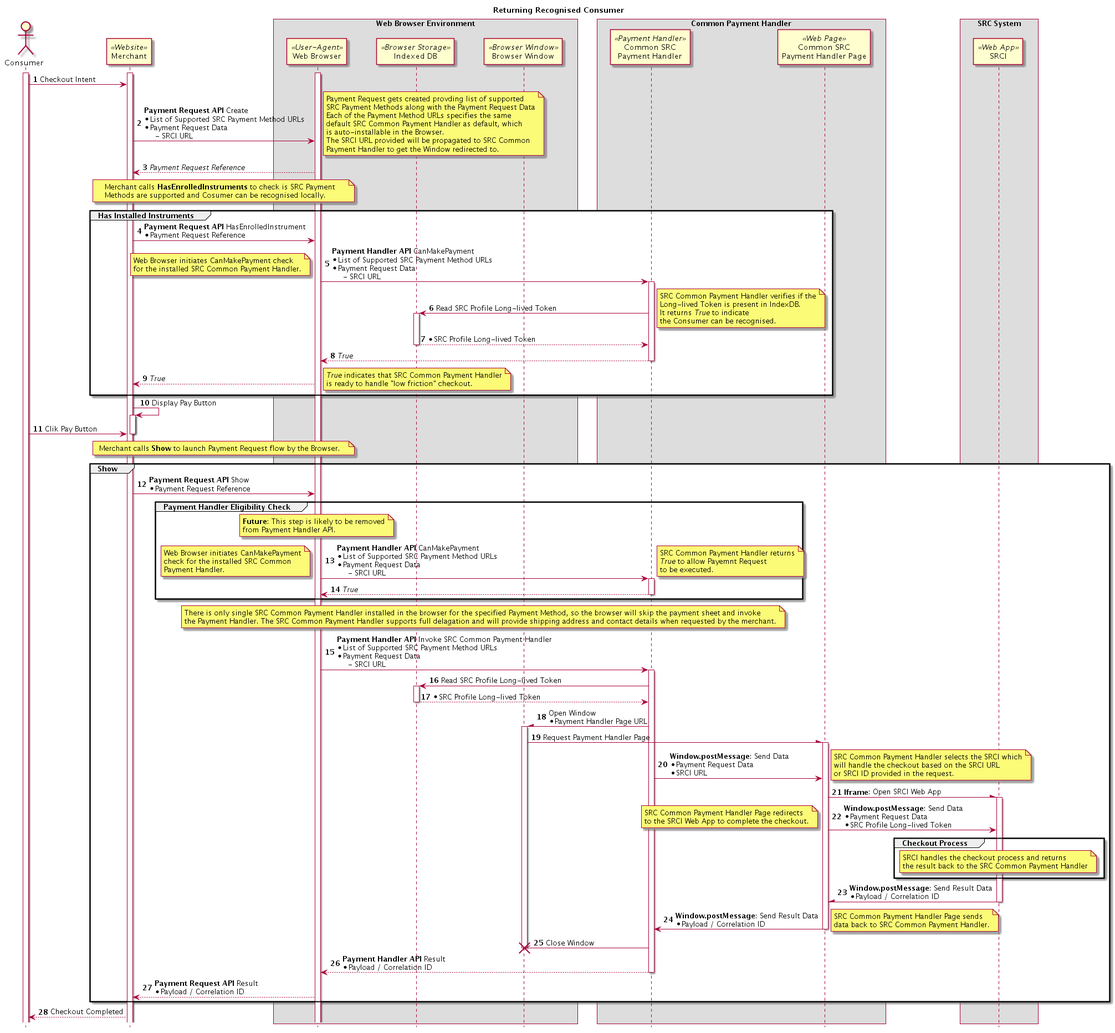
Before: alt-ret-rec.png, a diagram exported from PlantUML (w3c/src). Its diagram source:
```plantuml
@startuml
autonumber
hide footbox
skinparam ParticipantPadding 20
skinparam BoxPadding 10
title Returning Recognised Consumer
actor Consumer as Consumer
participant Merchant as Merchant <<Website>>
box "Web Browser Environment"
participant "Web Browser" as Browser <<User-Agent>>
participant "Indexed DB" as DB <<Browser Storage>>
participant "Browser Window" as Window <<Browser Window>>
end box
box "Common Payment Handler"
participant "Common SRC\nPayment Handler" as PH <<Payment Handler>>
participant "Common SRC\nPayment Handler Page" as Page <<Web Page>>
end box
box "SRC System"
participant "SRCI" as SRCI <<Web App>>
end box
activate Consumer
activate Merchant
activate Browser
Consumer->Merchant: Checkout Intent
Merchant->Browser: **Payment Request API** Create\n* List of Supported SRC Payment Method URLs\n* Payment Request Data\n     - SRCI URL
note right
Payment Request gets created provding list of supported
SRC Payment Methods along with the Payment Request Data
Each of the Payment Method URLs specifies the same
default SRC Common Payment Handler as default, which
is auto-installable in the Browser.
The SRCI URL provided will be propagated to SRC Common
Payment Handler to get the Window redirected to.
end note
return //Payment Request Reference//
note over Merchant, Browser
Merchant calls **HasEnrolledInstruments** to check is SRC Payment
Methods are supported and Cosumer can be recognised locally.
end note
group Has Installed Instruments
Merchant->Browser: **Payment Request API** HasEnrolledInstrument\n* Payment Request Reference
Browser->PH: **Payment Handler API** CanMakePayment\n* List of Supported SRC Payment Method URLs\n* Payment Request Data\n     - SRCI URL
activate PH
note left
Web Browser initiates CanMakePayment check
for the installed SRC Common Payment Handler.
end note
PH->DB: Read SRC Profile Long-lived Token
activate DB
note right
SRC Common Payment Handler verifies if the
Long-lived Token is present in IndexDB.
It returns //True// to indicate
the Consumer can be recognised.
end note
return * SRC Profile Long-lived Token
return //True//
Browser-->Merchant: //True//
note right
//True// indicates that SRC Common Payment Handler
is ready to handle "low friction" checkout.
end note
end group
Merchant->Merchant: Display Pay Button
activate Merchant
Consumer->Merchant: Clik Pay Button
deactivate Merchant
note over Merchant, Browser
Merchant calls **Show** to launch Payment Request flow by the Browser.
end note
group Show
Merchant->Browser: **Payment Request API** Show\n* Payment Request Reference
group Payment Handler Eligibility Check
note over Browser
**Future**: This step is likely to be removed
from Payment Handler API.
end note
Browser->PH: **Payment Handler API** CanMakePayment\n* List of Supported SRC Payment Method URLs\n* Payment Request Data\n     - SRCI URL
activate PH
note left
Web Browser initiates CanMakePayment
check for the installed SRC Common
Payment Handler.
end note
note right
SRC Common Payment Handler returns
//True// to allow Payemnt Request
to be executed.
end note
return //True//
end group
note over Browser, PH
There is only single SRC Common Payment Handler installed in the browser for the specified Payment Method, so the browser will skip the payment sheet and invoke
the Payment Handler. The SRC Common Payment Handler supports full delagation and will provide shipping address and contact details when requested by the merchant.
end note
Browser->PH: **Payment Handler API** Invoke SRC Common Payment Handler\n* List of Supported SRC Payment Method URLs\n* Payment Request Data\n     - SRCI URL
activate PH
PH->DB: Read SRC Profile Long-lived Token
activate DB
return * SRC Profile Long-lived Token
PH-\Window: Open Window\n* Payment Handler Page URL
activate Window
Window-\Page: Request Payment Handler Page
activate Page
PH->Page: **Window.postMessage**: Send Data\n* Payment Request Data\n* SRCI URL
note right
SRC Common Payment Handler selects the SRCI which
will handle the checkout based on the SRCI URL
or SRCI ID provided in the request.
end note
Page-\SRCI: **Iframe**: Open SRCI Web App
activate SRCI
Page->SRCI: **Window.postMessage**: Send Data\n* Payment Request Data\n* SRC Profile Long-lived Token
note left
SRC Common Payment Handler Page redirects
to the SRCI Web App to complete the checkout.
end note
group Checkout Process
note over SRCI
SRCI handles the checkout process and returns
the result back to the SRC Common Payment Handler
end note
end group
SRCI-\Page: **Window.postMessage**: Send Result Data\n* Payload / Correlation ID
deactivate SRCI
Page->PH: **Window.postMessage**: Send Result Data\n* Payload / Correlation ID
deactivate Page
note right
SRC Common Payment Handler Page sends
data back to SRC Common Payment Handler.
end note
PH-\\Window!!: Close Window
PH-->Browser: **Payment Handler API** Result\n* Payload / Correlation ID
deactivate PH
Browser-->Merchant: **Payment Request API** Result\n* Payload / Correlation ID
end group
Merchant-->Consumer: Checkout Completed
@enduml
```
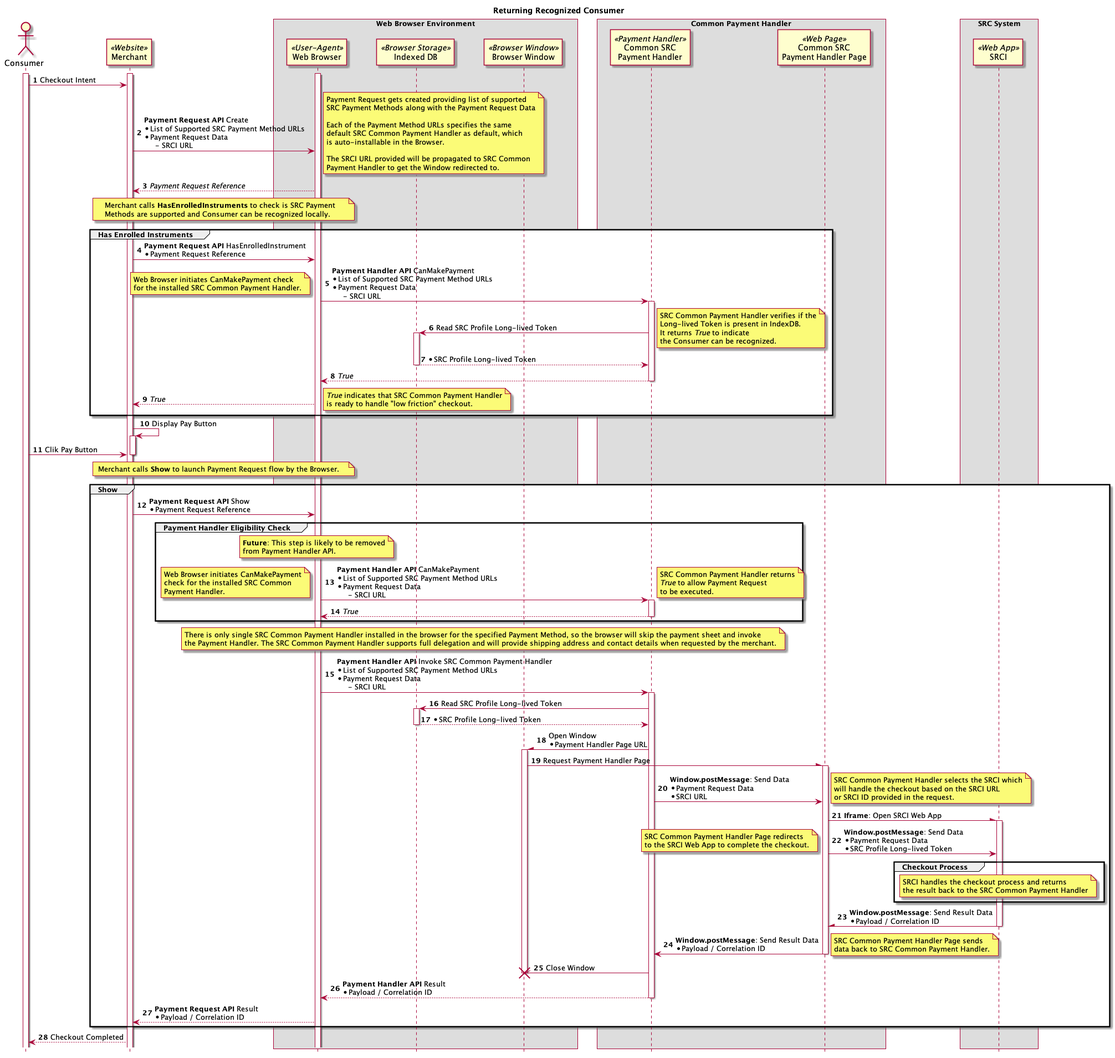
After the commit.

Diff of the diagram source:
```diff
@@ -1,64 +1,75 @@
 @startuml
+
 autonumber
 hide footbox
 skinparam ParticipantPadding 20
 skinparam BoxPadding 10
-title Returning Recognised Consumer
+
+title Returning Recognized Consumer
+
 actor Consumer as Consumer
 participant Merchant as Merchant <<Website>>
+
 box "Web Browser Environment"
-participant "Web Browser" as Browser <<User-Agent>>
-participant "Indexed DB" as DB <<Browser Storage>>
-participant "Browser Window" as Window <<Browser Window>>
+  participant "Web Browser" as Browser <<User-Agent>>
+  participant "Indexed DB" as DB <<Browser Storage>>
+  participant "Browser Window" as Window <<Browser Window>>
 end box
+
 box "Common Payment Handler"
-participant "Common SRC\nPayment Handler" as PH <<Payment Handler>>
-participant "Common SRC\nPayment Handler Page" as Page <<Web Page>>
+  participant "Common SRC\nPayment Handler" as PH <<Payment Handler>>
+  participant "Common SRC\nPayment Handler Page" as Page <<Web Page>>
 end box
+
 box "SRC System"
-participant "SRCI" as SRCI <<Web App>>
+  participant "SRCI" as SRCI <<Web App>>
 end box
+
 activate Consumer
 activate Merchant
 activate Browser
+
 Consumer->Merchant: Checkout Intent
 Merchant->Browser: **Payment Request API** Create\n* List of Supported SRC Payment Method URLs\n* Payment Request Data\n     - SRCI URL
 note right
-Payment Request gets created provding list of supported
-SRC Payment Methods along with the Payment Request Data
-Each of the Payment Method URLs specifies the same
-default SRC Common Payment Handler as default, which
-is auto-installable in the Browser.
-The SRCI URL provided will be propagated to SRC Common
-Payment Handler to get the Window redirected to.
+  Payment Request gets created providing list of supported
+  SRC Payment Methods along with the Payment Request Data
+
+  Each of the Payment Method URLs specifies the same
+  default SRC Common Payment Handler as default, which
+  is auto-installable in the Browser.
+
+  The SRCI URL provided will be propagated to SRC Common
+  Payment Handler to get the Window redirected to.
 end note
 return //Payment Request Reference//
+
 note over Merchant, Browser
-Merchant calls **HasEnrolledInstruments** to check is SRC Payment
-Methods are supported and Cosumer can be recognised locally.
+  Merchant calls **HasEnrolledInstruments** to check is SRC Payment
+  Methods are supported and Consumer can be recognized locally.
 end note
-group Has Installed Instruments
+group Has Enrolled Instruments
 Merchant->Browser: **Payment Request API** HasEnrolledInstrument\n* Payment Request Reference
 Browser->PH: **Payment Handler API** CanMakePayment\n* List of Supported SRC Payment Method URLs\n* Payment Request Data\n     - SRCI URL
 activate PH
 note left
-Web Browser initiates CanMakePayment check
-for the installed SRC Common Payment Handler.
+  Web Browser initiates CanMakePayment check
+  for the installed SRC Common Payment Handler.
 end note
 PH->DB: Read SRC Profile Long-lived Token
 activate DB
 note right
-SRC Common Payment Handler verifies if the
-Long-lived Token is present in IndexDB.
-It returns //True// to indicate
-the Consumer can be recognised.
+  SRC Common Payment Handler verifies if the
+  Long-lived Token is present in IndexDB.
+  It returns //True// to indicate
+  the Consumer can be recognized.
 end note
 return * SRC Profile Long-lived Token
 return //True//
 Browser-->Merchant: //True//
 note right
-//True// indicates that SRC Common Payment Handler
-is ready to handle "low friction" checkout.
+  //True// indicates that SRC Common Payment Handler
+  is ready to handle "low friction" checkout.
 end note
 end group
 Merchant->Merchant: Display Pay Button
@@ -66,73 +77,83 @@
 Consumer->Merchant: Clik Pay Button
 deactivate Merchant
 note over Merchant, Browser
-Merchant calls **Show** to launch Payment Request flow by the Browser.
+  Merchant calls **Show** to launch Payment Request flow by the Browser.
 end note
 group Show
 Merchant->Browser: **Payment Request API** Show\n* Payment Request Reference
+
 group Payment Handler Eligibility Check
 note over Browser
-**Future**: This step is likely to be removed
-from Payment Handler API.
+  **Future**: This step is likely to be removed
+  from Payment Handler API.
 end note
 Browser->PH: **Payment Handler API** CanMakePayment\n* List of Supported SRC Payment Method URLs\n* Payment Request Data\n     - SRCI URL
 activate PH
 note left
-Web Browser initiates CanMakePayment
-check for the installed SRC Common
-Payment Handler.
+  Web Browser initiates CanMakePayment
+  check for the installed SRC Common
+  Payment Handler.
 end note
 note right
-SRC Common Payment Handler returns
-//True// to allow Payemnt Request
-to be executed.
+  SRC Common Payment Handler returns
+  //True// to allow Payment Request
+  to be executed.
 end note
 return //True//
 end group
+
 note over Browser, PH
-There is only single SRC Common Payment Handler installed in the browser for the specified Payment Method, so the browser will skip the payment sheet and invoke
-the Payment Handler. The SRC Common Payment Handler supports full delagation and will provide shipping address and contact details when requested by the merchant.
+  There is only single SRC Common Payment Handler installed in the browser for the specified Payment Method, so the browser will skip the payment sheet and invoke
+  the Payment Handler. The SRC Common Payment Handler supports full delegation and will provide shipping address and contact details when requested by the merchant.
 end note
 Browser->PH: **Payment Handler API** Invoke SRC Common Payment Handler\n* List of Supported SRC Payment Method URLs\n* Payment Request Data\n     - SRCI URL
 activate PH
+
 PH->DB: Read SRC Profile Long-lived Token
 activate DB
 return * SRC Profile Long-lived Token
+
 PH-\Window: Open Window\n* Payment Handler Page URL
 activate Window
+
 Window-\Page: Request Payment Handler Page
 activate Page
 PH->Page: **Window.postMessage**: Send Data\n* Payment Request Data\n* SRCI URL
 note right
-SRC Common Payment Handler selects the SRCI which
-will handle the checkout based on the SRCI URL
-or SRCI ID provided in the request.
+    SRC Common Payment Handler selects the SRCI which
+    will handle the checkout based on the SRCI URL
+    or SRCI ID provided in the request.
 end note
 Page-\SRCI: **Iframe**: Open SRCI Web App
 activate SRCI
 Page->SRCI: **Window.postMessage**: Send Data\n* Payment Request Data\n* SRC Profile Long-lived Token
 note left
-SRC Common Payment Handler Page redirects
-to the SRCI Web App to complete the checkout.
+    SRC Common Payment Handler Page redirects
+    to the SRCI Web App to complete the checkout.
 end note
+
 group Checkout Process
 note over SRCI
-SRCI handles the checkout process and returns
-the result back to the SRC Common Payment Handler
+    SRCI handles the checkout process and returns
+    the result back to the SRC Common Payment Handler
 end note
 end group
+
 SRCI-\Page: **Window.postMessage**: Send Result Data\n* Payload / Correlation ID
 deactivate SRCI
 Page->PH: **Window.postMessage**: Send Result Data\n* Payload / Correlation ID
 deactivate Page
 note right
-SRC Common Payment Handler Page sends
-data back to SRC Common Payment Handler.
+    SRC Common Payment Handler Page sends
+    data back to SRC Common Payment Handler.
 end note
 PH-\\Window!!: Close Window
+
 PH-->Browser: **Payment Handler API** Result\n* Payload / Correlation ID
 deactivate PH
 Browser-->Merchant: **Payment Request API** Result\n* Payload / Correlation ID
 end group
+
 Merchant-->Consumer: Checkout Completed
+
 @enduml
```
